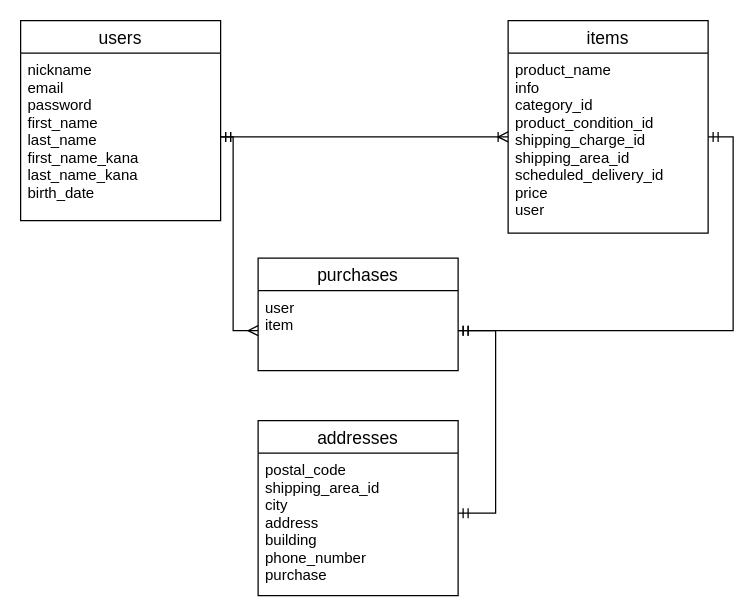
kodairafumikazu/furima-33027 keeps this draw.io diagram as test.dio. Above is the earlier version. Source tidied: cells renumbered, new cells numbered last; positions are measured from the earlier drawing's top-left corner, leaving out a move shared by most shapes. Both pictures are drawn from the tidied source at 125%, with x=0, y=0 at pixel (20, 20).
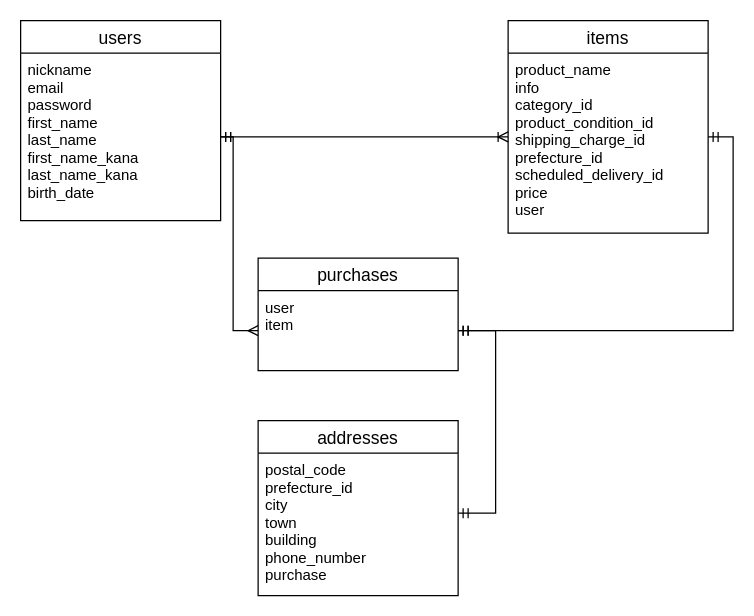
After the change.

Commit message (it also covers changes not shown here):
ER図、データベース設計の修正７

The edit, as a diff of the source:
```diff
@@
 <mxGraphModel>
   <root>
     <mxCell id="0" />
     <mxCell id="1" parent="0" />
     <mxCell id="2" value="users" style="swimlane;fontStyle=0;horizontal=1;startSize=26;align=center;fontSize=14;" parent="1" vertex="1">
       <mxGeometry width="160" height="160" as="geometry" />
     </mxCell>
     <mxCell id="3" value="nickname&#10;email&#10;password&#10;first_name&#10;last_name&#10;first_name_kana&#10;last_name_kana&#10;birth_date&#10;" style="text;strokeColor=none;fillColor=none;spacingLeft=4;spacingRight=4;overflow=hidden;points=[[0,0.5],[1,0.5]];portConstraint=eastwest;fontSize=12;" parent="2" vertex="1">
       <mxGeometry y="26" width="160" height="134" as="geometry" />
     </mxCell>
     <mxCell id="4" value="addresses" style="swimlane;fontStyle=0;horizontal=1;startSize=26;align=center;fontSize=14;" parent="1" vertex="1">
       <mxGeometry x="190" y="320" width="160" height="140" as="geometry" />
     </mxCell>
-    <mxCell id="5" value="postal_code&#10;shipping_area_id&#10;city&#10;address&#10;building&#10;phone_number&#10;purchase" style="text;strokeColor=none;fillColor=none;spacingLeft=4;spacingRight=4;overflow=hidden;points=[[0,0.5],[1,0.5]];portConstraint=eastwest;fontSize=12;" parent="4" vertex="1">
+    <mxCell id="5" value="postal_code&#10;prefecture_id&#10;city&#10;town&#10;building&#10;phone_number&#10;purchase" style="text;strokeColor=none;fillColor=none;spacingLeft=4;spacingRight=4;overflow=hidden;points=[[0,0.5],[1,0.5]];portConstraint=eastwest;fontSize=12;" parent="4" vertex="1">
       <mxGeometry y="26" width="160" height="114" as="geometry" />
     </mxCell>
     <mxCell id="6" value="purchases" style="swimlane;fontStyle=0;horizontal=1;startSize=26;align=center;fontSize=14;" parent="1" vertex="1">
       <mxGeometry x="190" y="190" width="160" height="90" as="geometry" />
     </mxCell>
     <mxCell id="7" value="user&#10;item" style="text;strokeColor=none;fillColor=none;spacingLeft=4;spacingRight=4;overflow=hidden;points=[[0,0.5],[1,0.5]];portConstraint=eastwest;fontSize=12;" parent="6" vertex="1">
       <mxGeometry y="26" width="160" height="64" as="geometry" />
     </mxCell>
     <mxCell id="8" value="items" style="swimlane;fontStyle=0;horizontal=1;startSize=26;align=center;fontSize=14;" parent="1" vertex="1">
       <mxGeometry x="390" width="160" height="170" as="geometry" />
     </mxCell>
     <mxCell id="9" style="edgeStyle=orthogonalEdgeStyle;rounded=0;jettySize=auto;html=1;entryX=0;entryY=0.5;entryDx=0;entryDy=0;startArrow=ERmandOne;startFill=0;endArrow=ERmany;endFill=0;" parent="1" edge="1" source="3" target="7">
       <mxGeometry relative="1" as="geometry">
         <Array as="points">
           <mxPoint x="170" y="93" />
           <mxPoint x="170" y="248" />
         </Array>
       </mxGeometry>
     </mxCell>
     <mxCell id="10" style="edgeStyle=orthogonalEdgeStyle;rounded=0;jettySize=auto;html=1;entryX=1;entryY=0.5;entryDx=0;entryDy=0;startArrow=ERmandOne;startFill=0;endArrow=ERmandOne;endFill=0;" parent="1" edge="1" source="12" target="7">
       <mxGeometry relative="1" as="geometry">
         <Array as="points">
           <mxPoint x="570" y="93" />
           <mxPoint x="570" y="248" />
         </Array>
       </mxGeometry>
     </mxCell>
     <mxCell id="11" style="edgeStyle=orthogonalEdgeStyle;rounded=0;jettySize=auto;html=1;startArrow=ERmandOne;startFill=0;endArrow=ERmandOne;endFill=0;" parent="1" edge="1" source="7" target="5">
       <mxGeometry relative="1" as="geometry">
         <Array as="points">
           <mxPoint x="380" y="248" />
           <mxPoint x="380" y="394" />
         </Array>
       </mxGeometry>
     </mxCell>
-    <mxCell id="12" value="product_name&#10;info&#10;category_id&#10;product_condition_id&#10;shipping_charge_id&#10;shipping_area_id&#10;scheduled_delivery_id&#10;price&#10;user&#10;&#10;" style="text;strokeColor=none;fillColor=none;spacingLeft=4;spacingRight=4;overflow=hidden;points=[[0,0.5],[1,0.5]];portConstraint=eastwest;fontSize=12;" parent="1" vertex="1">
+    <mxCell id="12" value="product_name&#10;info&#10;category_id&#10;product_condition_id&#10;shipping_charge_id&#10;prefecture_id&#10;scheduled_delivery_id&#10;price&#10;user&#10;&#10;" style="text;strokeColor=none;fillColor=none;spacingLeft=4;spacingRight=4;overflow=hidden;points=[[0,0.5],[1,0.5]];portConstraint=eastwest;fontSize=12;" parent="1" vertex="1">
       <mxGeometry x="390" y="26" width="160" height="134" as="geometry" />
     </mxCell>
     <mxCell id="13" style="edgeStyle=orthogonalEdgeStyle;rounded=0;jettySize=auto;html=1;entryX=0;entryY=0.5;entryDx=0;entryDy=0;startArrow=ERmandOne;startFill=0;endArrow=ERoneToMany;endFill=0;" parent="1" edge="1" source="3" target="12">
       <mxGeometry relative="1" as="geometry" />
     </mxCell>
   </root>
 </mxGraphModel>
```
